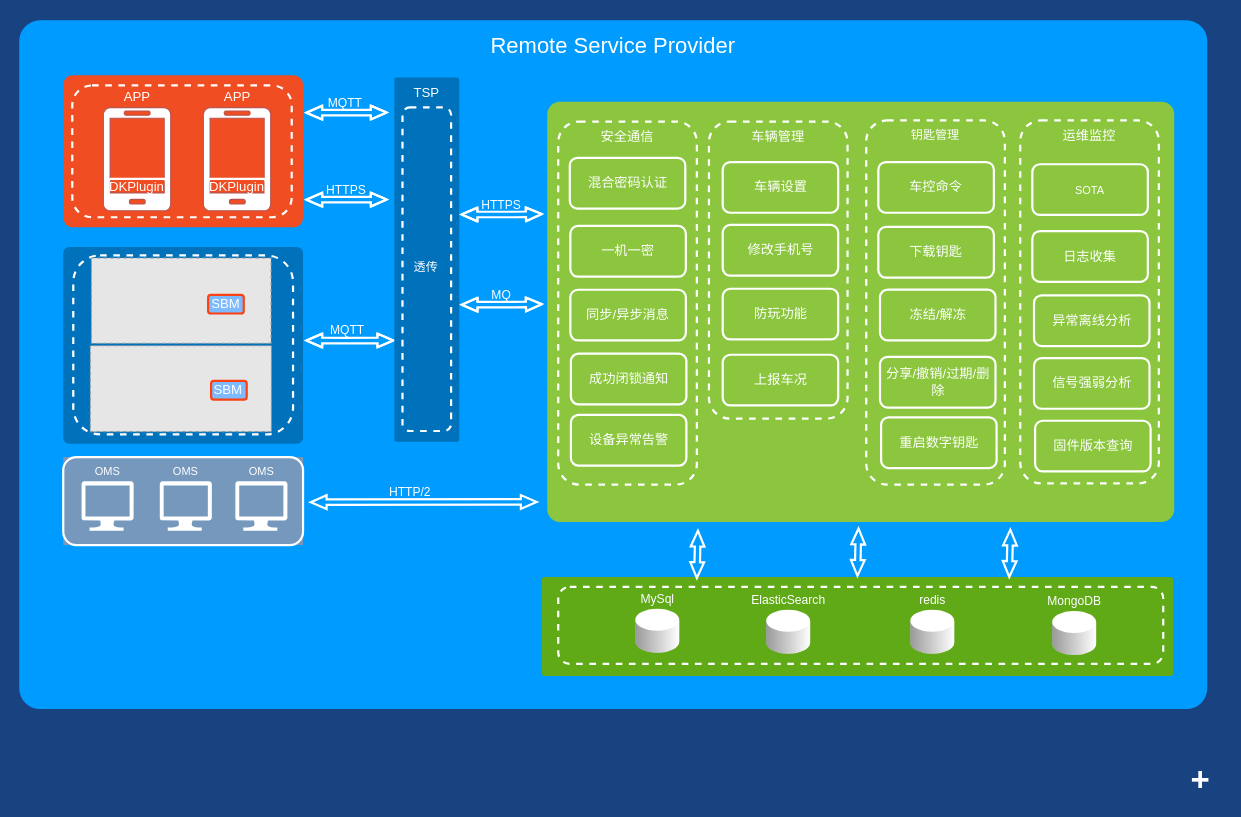
Above: rsp-A02.drawio in jianguocong/chart (draw.io), before the change. Source tidied: cells renumbered, new cells numbered last; positions are measured from the earlier drawing's top-left corner, leaving out a move shared by most shapes. Both pictures are drawn from the tidied source at 110%, with x=0, y=0 at pixel (19, 20). Pictures stored in the file or linked from it are replaced by grey dashed boxes.
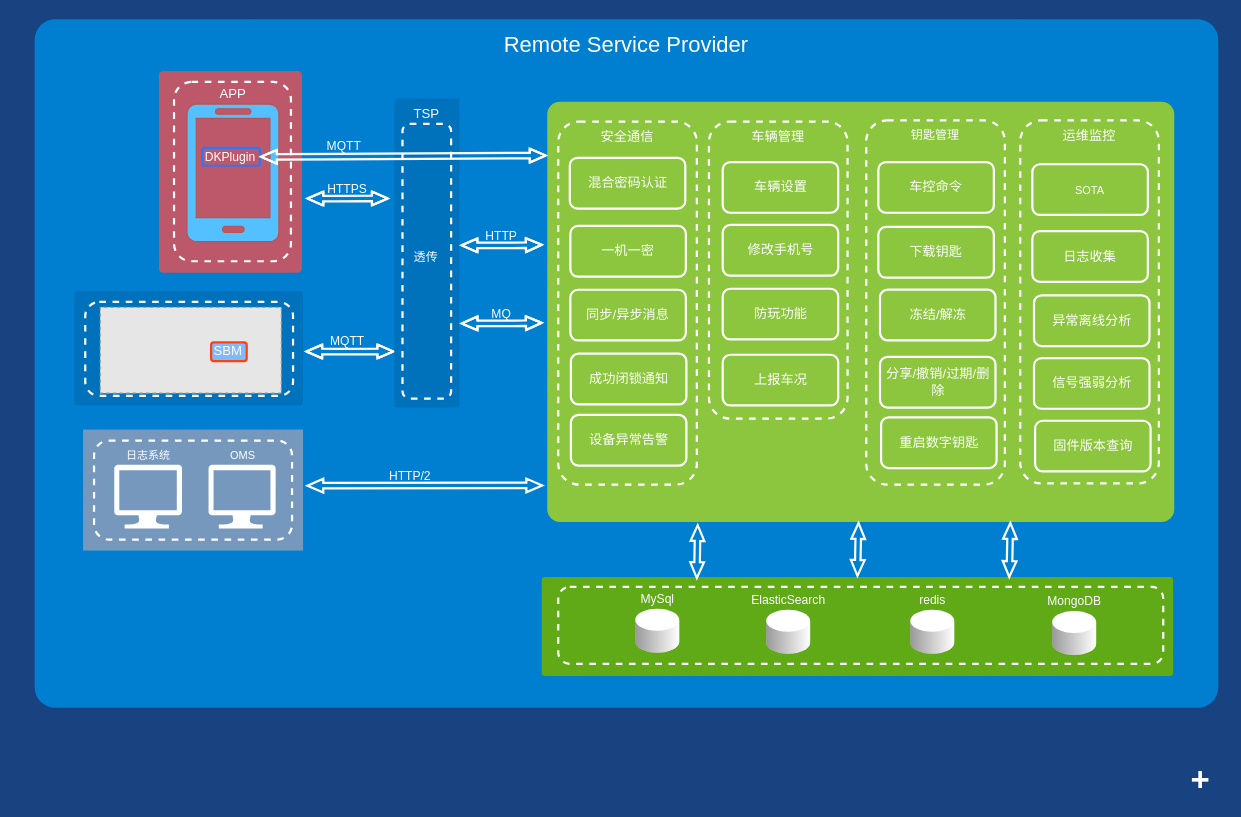
After the change.

The change refers to these unchanged cells:
```xml
<mxCell id="3" style="rounded=1;whiteSpace=wrap;html=1;shadow=0;strokeWidth=2;fillColor=#8BC63E;fontSize=12;fontColor=#000000;align=center;strokeColor=none;arcSize=3;" parent="1" vertex="1">
  <mxGeometry x="480" y="74" width="570" height="382" as="geometry" />
</mxCell>
```

Change to the diagram source:
```diff
@@
-    <mxCell id="2" value="Remote Service Provider" style="whiteSpace=wrap;html=1;rounded=1;shadow=0;strokeColor=none;strokeWidth=2;fillColor=#009BFF;fontSize=20;fontColor=#FFFFFF;align=center;arcSize=3;verticalAlign=top;spacingTop=4;" parent="1" vertex="1">
-      <mxGeometry width="1080" height="626" as="geometry" />
+    <mxCell id="2" value="Remote Service Provider" style="whiteSpace=wrap;html=1;rounded=1;shadow=0;strokeColor=none;strokeWidth=2;fillColor=#007FD1;fontSize=20;fontColor=#FFFFFF;align=center;arcSize=3;verticalAlign=top;spacingTop=4;" parent="1" vertex="1">
+      <mxGeometry x="14" y="-1" width="1076" height="626" as="geometry" />
     </mxCell>
@@
     <mxCell id="5" style="shape=flexArrow;endArrow=classic;startArrow=classic;html=1;rounded=0;fontSize=7;fontColor=#FFFFFF;strokeColor=#FFFFFF;strokeWidth=2;entryX=0.001;entryY=0.259;entryDx=0;entryDy=0;entryPerimeter=0;startWidth=5.5;startSize=4.13;endWidth=5.5;endSize=4.13;width=4;" parent="1" edge="1">
       <mxGeometry relative="1" as="geometry">
-        <mxPoint x="260" y="291" as="sourcePoint" />
-        <mxPoint x="341" y="291" as="targetPoint" />
+        <mxPoint x="260" y="301" as="sourcePoint" />
+        <mxPoint x="341" y="301" as="targetPoint" />
         <Array as="points">
-          <mxPoint x="294.4" y="291.1" />
+          <mxPoint x="294.4" y="301.1" />
         </Array>
       </mxGeometry>
     </mxCell>
@@
     <mxCell id="7" style="shape=flexArrow;endArrow=classic;startArrow=classic;html=1;rounded=0;fontSize=7;fontColor=#FFFFFF;strokeColor=#FFFFFF;strokeWidth=2;entryX=0.001;entryY=0.259;entryDx=0;entryDy=0;entryPerimeter=0;startWidth=5.5;startSize=4.13;endWidth=5.5;endSize=4.13;width=4;" parent="1" edge="1">
       <mxGeometry relative="1" as="geometry">
-        <mxPoint x="260" y="163" as="sourcePoint" />
-        <mxPoint x="335" y="162.9" as="targetPoint" />
+        <mxPoint x="261" y="162" as="sourcePoint" />
+        <mxPoint x="336" y="161.9" as="targetPoint" />
         <Array as="points">
-          <mxPoint x="288.4" y="163" />
+          <mxPoint x="289.4" y="162" />
         </Array>
       </mxGeometry>
     </mxCell>
@@
-    <mxCell id="9" style="shape=flexArrow;endArrow=classic;startArrow=classic;html=1;rounded=0;fontSize=7;fontColor=#FFFFFF;strokeColor=#FFFFFF;strokeWidth=2;entryX=0.001;entryY=0.259;entryDx=0;entryDy=0;entryPerimeter=0;startWidth=5.5;startSize=4.13;endWidth=5.5;endSize=4.13;width=4;" parent="1" edge="1">
-      <mxGeometry relative="1" as="geometry">
-        <mxPoint x="260" y="84" as="sourcePoint" />
-        <mxPoint x="335" y="83.8" as="targetPoint" />
-        <Array as="points">
-          <mxPoint x="288.4" y="83.8" />
-        </Array>
-      </mxGeometry>
-    </mxCell>
-    <mxCell id="10" value="&lt;font style=&quot;font-size: 11px&quot;&gt;MQTT&lt;/font&gt;" style="edgeLabel;html=1;align=center;verticalAlign=bottom;fontSize=10;fontColor=#FFFFFF;labelPosition=center;verticalLabelPosition=top;labelBackgroundColor=none;" parent="9" vertex="1">
-      <mxGeometry x="-0.18" y="-2" relative="1" as="geometry">
-        <mxPoint x="5" y="-3" as="offset" />
-      </mxGeometry>
-    </mxCell>
@@
-    <mxCell id="12" style="shape=flexArrow;endArrow=classic;startArrow=classic;html=1;rounded=0;fontSize=7;fontColor=#FFFFFF;strokeColor=#FFFFFF;strokeWidth=2;startWidth=5.5;startSize=4.13;endWidth=5.5;endSize=4.13;width=4;shadow=0;sketch=0;exitX=0.5;exitY=0;exitDx=0;exitDy=0;entryX=0.5;entryY=1;entryDx=0;entryDy=0;" parent="1" edge="1">
+    <mxCell id="12" style="shape=flexArrow;endArrow=classic;startArrow=classic;html=1;rounded=0;fontSize=7;fontColor=#FFFFFF;strokeColor=#FFFFFF;strokeWidth=2;startWidth=5.5;startSize=4.13;endWidth=5.5;endSize=4.13;width=4;shadow=0;sketch=0;exitX=0.5;exitY=0;exitDx=0;exitDy=0;" parent="1" edge="1">
       <mxGeometry relative="1" as="geometry">
         <mxPoint x="900" y="507" as="sourcePoint" />
-        <mxPoint x="901" y="462" as="targetPoint" />
+        <mxPoint x="901" y="456" as="targetPoint" />
       </mxGeometry>
     </mxCell>
-    <mxCell id="13" style="shape=flexArrow;endArrow=classic;startArrow=classic;html=1;rounded=0;fontSize=7;fontColor=#FFFFFF;strokeColor=#FFFFFF;strokeWidth=2;startWidth=5.5;startSize=4.13;endWidth=5.5;endSize=4.13;width=4;shadow=0;sketch=0;exitX=0.5;exitY=0;exitDx=0;exitDy=0;entryX=0.5;entryY=1;entryDx=0;entryDy=0;" parent="1" edge="1">
+    <mxCell id="13" style="shape=flexArrow;endArrow=classic;startArrow=classic;html=1;rounded=0;fontSize=7;fontColor=#FFFFFF;strokeColor=#FFFFFF;strokeWidth=2;startWidth=5.5;startSize=4.13;endWidth=5.5;endSize=4.13;width=4;shadow=0;sketch=0;exitX=0.5;exitY=0;exitDx=0;exitDy=0;entryX=0.24;entryY=1.005;entryDx=0;entryDy=0;entryPerimeter=0;" parent="1" edge="1" target="3">
       <mxGeometry relative="1" as="geometry">
         <mxPoint x="616" y="508" as="sourcePoint" />
-        <mxPoint x="617" y="463" as="targetPoint" />
       </mxGeometry>
     </mxCell>
@@
     <mxCell id="47" style="group;fillColor=#7798BD;" parent="1" vertex="1">
-      <mxGeometry x="40" y="397" width="218" height="80" as="geometry" />
+      <mxGeometry x="58" y="372" width="200" height="110" as="geometry" />
     </mxCell>
-    <mxCell id="48" style="rounded=1;whiteSpace=wrap;html=1;shadow=0;strokeWidth=2;fillColor=none;fontSize=12;fontColor=#000000;align=center;strokeColor=#FFFFFF;" parent="47" vertex="1">
-      <mxGeometry width="218" height="80" as="geometry" />
-    </mxCell>
-    <mxCell id="49" value="OMS" style="verticalLabelPosition=top;html=1;verticalAlign=bottom;strokeColor=none;fillColor=#FFFFFF;shape=mxgraph.azure.computer;rounded=0;shadow=0;fontSize=10;fontColor=#FFFFFF;align=center;labelPosition=center;" parent="47" vertex="1">
-      <mxGeometry x="87.7" y="22" width="47.4" height="45" as="geometry" />
-    </mxCell>
-    <mxCell id="50" value="OMS" style="verticalLabelPosition=top;html=1;verticalAlign=bottom;strokeColor=none;fillColor=#FFFFFF;shape=mxgraph.azure.computer;rounded=0;shadow=0;fontSize=10;fontColor=#FFFFFF;align=center;labelPosition=center;" parent="47" vertex="1">
-      <mxGeometry x="156.4" y="22" width="47.4" height="45" as="geometry" />
-    </mxCell>
-    <mxCell id="51" value="OMS" style="verticalLabelPosition=top;html=1;verticalAlign=bottom;strokeColor=none;fillColor=#FFFFFF;shape=mxgraph.azure.computer;rounded=0;shadow=0;fontSize=10;fontColor=#FFFFFF;align=center;labelPosition=center;" parent="47" vertex="1">
-      <mxGeometry x="16.6" y="22" width="47.4" height="45" as="geometry" />
-    </mxCell>
-    <mxCell id="52" style="group;" parent="1" vertex="1">
-      <mxGeometry x="40" y="50" width="218" height="138" as="geometry" />
-    </mxCell>
-    <mxCell id="53" style="rounded=1;whiteSpace=wrap;html=1;shadow=0;strokeWidth=2;fillColor=#F04D22;fontSize=12;fontColor=#FFFFFF;align=center;strokeColor=none;arcSize=6;verticalAlign=top;" parent="52" vertex="1">
-      <mxGeometry width="218" height="138" as="geometry" />
-    </mxCell>
-    <mxCell id="54" style="rounded=1;whiteSpace=wrap;html=1;shadow=0;strokeWidth=2;fillColor=none;fontSize=11;fontColor=#FFFFFF;align=center;strokeColor=#FFFFFF;dashed=1;verticalAlign=top;" parent="52" vertex="1">
-      <mxGeometry x="8.2" y="9.2" width="199.5" height="119.8" as="geometry" />
-    </mxCell>
-    <mxCell id="55" value="&lt;font color=&quot;#ffffff&quot;&gt;APP&lt;/font&gt;" style="verticalLabelPosition=top;html=1;verticalAlign=bottom;align=center;strokeColor=#b85450;fillColor=#FFFFFF;shape=mxgraph.azure.mobile;labelPosition=center;" parent="52" vertex="1">
-      <mxGeometry x="36.3" y="29.2" width="61.4" height="93.9" as="geometry" />
-    </mxCell>
-    <mxCell id="56" value="DKPlugin" style="rounded=1;whiteSpace=wrap;html=1;shadow=0;strokeWidth=2;fillColor=none;fontSize=12;fontColor=#FFFFFF;align=center;strokeColor=#FFFFFF;" parent="52" vertex="1">
-      <mxGeometry x="41.2" y="94.2" width="52.4" height="16.2" as="geometry" />
-    </mxCell>
-    <mxCell id="57" value="&lt;font color=&quot;#ffffff&quot;&gt;APP&lt;/font&gt;" style="verticalLabelPosition=top;html=1;verticalAlign=bottom;align=center;strokeColor=#b85450;fillColor=#FFFFFF;shape=mxgraph.azure.mobile;labelPosition=center;" parent="52" vertex="1">
-      <mxGeometry x="127.2" y="29.2" width="61.4" height="93.9" as="geometry" />
-    </mxCell>
-    <mxCell id="58" value="&lt;font style=&quot;font-size: 12px&quot;&gt;DKPlugin&lt;/font&gt;" style="rounded=1;whiteSpace=wrap;html=1;shadow=0;strokeWidth=2;fillColor=none;fontSize=12;fontColor=#FFFFFF;align=center;strokeColor=#FFFFFF;" parent="52" vertex="1">
-      <mxGeometry x="131.7" y="94.2" width="52.4" height="16.2" as="geometry" />
-    </mxCell>
-    <mxCell id="59" style="group;" parent="1" vertex="1">
-      <mxGeometry x="40" y="206" width="218" height="213" as="geometry" />
-    </mxCell>
-    <mxCell id="60" style="rounded=1;whiteSpace=wrap;html=1;shadow=0;strokeWidth=2;fillColor=#0072BC;fontSize=12;fontColor=#FFFFFF;align=center;strokeColor=none;arcSize=3;verticalAlign=top;" parent="59" vertex="1">
-      <mxGeometry width="218" height="178.9" as="geometry" />
-    </mxCell>
-    <mxCell id="61" style="rounded=1;whiteSpace=wrap;html=1;shadow=0;strokeWidth=2;fillColor=none;fontSize=11;fontColor=#FFFFFF;align=center;strokeColor=#FFFFFF;dashed=1;verticalAlign=top;" parent="59" vertex="1">
-      <mxGeometry x="9.1" y="7.7" width="199.8" height="162.7" as="geometry" />
-    </mxCell>
-    <mxCell id="62" style="fillColor=#E6E6E6;strokeColor=#999999;dashed=1;verticalLabelPosition=bottom;labelBackgroundColor=default;verticalAlign=top;rotation=-180;" parent="59" vertex="1">
-      <mxGeometry x="25.6" y="10.1" width="163.3" height="77.5" as="geometry" />
-    </mxCell>
-    <mxCell id="63" style="fillColor=#E6E6E6;strokeColor=#999999;dashed=1;verticalLabelPosition=bottom;labelBackgroundColor=default;verticalAlign=top;rotation=-180;" parent="59" vertex="1">
-      <mxGeometry x="24.6" y="89.8" width="164.6" height="78.1" as="geometry" />
-    </mxCell>
-    <mxCell id="64" value="SBM" style="rounded=1;whiteSpace=wrap;html=1;shadow=0;strokeWidth=2;fillColor=#7DBAFF;fontSize=12;fontColor=#FFFFFF;align=center;strokeColor=#FF4112;" parent="59" vertex="1">
-      <mxGeometry x="131.7" y="43.5" width="32.4" height="17" as="geometry" />
-    </mxCell>
-    <mxCell id="65" value="SBM" style="rounded=1;whiteSpace=wrap;html=1;shadow=0;strokeWidth=2;fillColor=#7DBAFF;fontSize=12;fontColor=#FFFFFF;align=center;strokeColor=#FF4112;" parent="59" vertex="1">
-      <mxGeometry x="134.4" y="121.8" width="32.4" height="17" as="geometry" />
-    </mxCell>
     <mxCell id="66" style="group;" parent="1" vertex="1">
-      <mxGeometry x="341" y="52" width="59" height="331" as="geometry" />
+      <mxGeometry x="341" y="71" width="59" height="281" as="geometry" />
     </mxCell>
     <mxCell id="67" value="TSP" style="rounded=1;whiteSpace=wrap;html=1;shadow=0;strokeWidth=2;fillColor=#0072BC;fontSize=12;fontColor=#FFFFFF;align=center;strokeColor=none;arcSize=3;verticalAlign=top;" parent="66" vertex="1">
-      <mxGeometry width="59" height="331" as="geometry" />
+      <mxGeometry width="59" height="281" as="geometry" />
     </mxCell>
-    <mxCell id="68" value="&lt;p&gt;&lt;br&gt;&lt;/p&gt;&lt;p&gt;&lt;br&gt;&lt;/p&gt;&lt;p&gt;&lt;br&gt;&lt;/p&gt;&lt;p&gt;&lt;br&gt;&lt;/p&gt;&lt;p&gt;&lt;br&gt;&lt;/p&gt;&lt;p&gt;透传&lt;/p&gt;" style="rounded=1;whiteSpace=wrap;html=1;shadow=0;strokeWidth=2;fillColor=none;fontSize=11;fontColor=#FFFFFF;align=center;strokeColor=#FFFFFF;dashed=1;verticalAlign=top;" parent="66" vertex="1">
-      <mxGeometry x="7.4" y="27.2" width="44.2" height="294.1" as="geometry" />
+    <mxCell id="68" value="&lt;p&gt;&lt;br&gt;&lt;/p&gt;&lt;p&gt;&lt;br&gt;&lt;/p&gt;&lt;p&gt;&lt;br&gt;&lt;/p&gt;&lt;p&gt;&lt;br&gt;&lt;/p&gt;&lt;p&gt;&lt;span&gt;透传&lt;/span&gt;&lt;br&gt;&lt;/p&gt;" style="rounded=1;whiteSpace=wrap;html=1;shadow=0;strokeWidth=2;fillColor=none;fontSize=11;fontColor=#FFFFFF;align=center;strokeColor=#FFFFFF;dashed=1;verticalAlign=top;" parent="66" vertex="1">
+      <mxGeometry x="7.4" y="23.1" width="44.2" height="249.7" as="geometry" />
     </mxCell>
     <mxCell id="69" style="shape=flexArrow;endArrow=classic;startArrow=classic;html=1;rounded=0;fontSize=7;fontColor=#FFFFFF;strokeColor=#FFFFFF;strokeWidth=2;entryX=0.419;entryY=0.706;entryDx=0;entryDy=0;entryPerimeter=0;startWidth=5.5;startSize=4.13;endWidth=5.5;endSize=4.13;width=4;" parent="1" edge="1">
       <mxGeometry relative="1" as="geometry">
-        <mxPoint x="264" y="438" as="sourcePoint" />
-        <mxPoint x="471.4" y="437.8" as="targetPoint" />
+        <mxPoint x="261" y="423" as="sourcePoint" />
+        <mxPoint x="476.4" y="422.8" as="targetPoint" />
       </mxGeometry>
     </mxCell>
@@
     <mxCell id="71" style="shape=flexArrow;endArrow=classic;startArrow=classic;html=1;rounded=0;fontSize=7;fontColor=#FFFFFF;strokeColor=#FFFFFF;strokeWidth=2;exitX=1.007;exitY=0.213;exitDx=0;exitDy=0;exitPerimeter=0;startWidth=5.5;startSize=4.13;endWidth=5.5;endSize=4.13;width=4;entryX=-0.002;entryY=0.239;entryDx=0;entryDy=0;entryPerimeter=0;" parent="1" edge="1">
       <mxGeometry relative="1" as="geometry">
-        <mxPoint x="401.1" y="176.5" as="sourcePoint" />
-        <mxPoint x="476" y="176" as="targetPoint" />
+        <mxPoint x="401.1" y="204.5" as="sourcePoint" />
+        <mxPoint x="476" y="204" as="targetPoint" />
         <Array as="points">
-          <mxPoint x="449.5" y="176.5" />
+          <mxPoint x="449.5" y="204.5" />
         </Array>
       </mxGeometry>
     </mxCell>
-    <mxCell id="72" value="&lt;font style=&quot;font-size: 11px&quot;&gt;HTTPS&lt;/font&gt;" style="edgeLabel;html=1;align=center;verticalAlign=bottom;fontSize=10;fontColor=#FFFFFF;labelPosition=center;verticalLabelPosition=top;labelBackgroundColor=none;" parent="71" vertex="1">
+    <mxCell id="72" value="&lt;font style=&quot;font-size: 11px&quot;&gt;HTTP&lt;/font&gt;" style="edgeLabel;html=1;align=center;verticalAlign=bottom;fontSize=10;fontColor=#FFFFFF;labelPosition=center;verticalLabelPosition=top;labelBackgroundColor=none;" parent="71" vertex="1">
       <mxGeometry x="-0.18" y="-2" relative="1" as="geometry">
         <mxPoint x="5" y="-3" as="offset" />
       </mxGeometry>
     </mxCell>
     <mxCell id="73" style="shape=flexArrow;endArrow=classic;startArrow=classic;html=1;rounded=0;fontSize=7;fontColor=#FFFFFF;strokeColor=#FFFFFF;strokeWidth=2;exitX=1.007;exitY=0.213;exitDx=0;exitDy=0;exitPerimeter=0;startWidth=5.5;startSize=4.13;endWidth=5.5;endSize=4.13;width=4;entryX=-0.002;entryY=0.239;entryDx=0;entryDy=0;entryPerimeter=0;" parent="1" edge="1">
       <mxGeometry relative="1" as="geometry">
-        <mxPoint x="401.2" y="258.5" as="sourcePoint" />
-        <mxPoint x="476" y="258" as="targetPoint" />
+        <mxPoint x="401.2" y="275.5" as="sourcePoint" />
+        <mxPoint x="476" y="275" as="targetPoint" />
         <Array as="points">
-          <mxPoint x="449.5" y="258.5" />
+          <mxPoint x="449.5" y="275.5" />
         </Array>
       </mxGeometry>
     </mxCell>
@@
-    <mxCell id="75" style="shape=flexArrow;endArrow=classic;startArrow=classic;html=1;rounded=0;fontSize=7;fontColor=#FFFFFF;strokeColor=#FFFFFF;strokeWidth=2;startWidth=5.5;startSize=4.13;endWidth=5.5;endSize=4.13;width=4;shadow=0;sketch=0;exitX=0.5;exitY=0;exitDx=0;exitDy=0;entryX=0.5;entryY=1;entryDx=0;entryDy=0;" parent="1" edge="1">
+    <mxCell id="75" style="shape=flexArrow;endArrow=classic;startArrow=classic;html=1;rounded=0;fontSize=7;fontColor=#FFFFFF;strokeColor=#FFFFFF;strokeWidth=2;startWidth=5.5;startSize=4.13;endWidth=5.5;endSize=4.13;width=4;shadow=0;sketch=0;exitX=0.5;exitY=0;exitDx=0;exitDy=0;" parent="1" edge="1">
       <mxGeometry relative="1" as="geometry">
         <mxPoint x="762" y="506" as="sourcePoint" />
-        <mxPoint x="763" y="461" as="targetPoint" />
+        <mxPoint x="763" y="456" as="targetPoint" />
       </mxGeometry>
     </mxCell>
+    <mxCell id="60" style="rounded=1;whiteSpace=wrap;html=1;shadow=0;strokeWidth=2;fillColor=#0072BC;fontSize=12;fontColor=#FFFFFF;align=center;strokeColor=none;arcSize=3;verticalAlign=top;" parent="1" vertex="1">
+      <mxGeometry x="50" y="246" width="208" height="103.9" as="geometry" />
+    </mxCell>
+    <mxCell id="61" style="rounded=1;whiteSpace=wrap;html=1;shadow=0;strokeWidth=2;fillColor=none;fontSize=11;fontColor=#FFFFFF;align=center;strokeColor=#FFFFFF;dashed=1;verticalAlign=top;" parent="1" vertex="1">
+      <mxGeometry x="60" y="256" width="188.9" height="85.4" as="geometry" />
+    </mxCell>
+    <mxCell id="63" style="fillColor=#E6E6E6;strokeColor=#999999;dashed=1;verticalLabelPosition=bottom;labelBackgroundColor=default;verticalAlign=top;rotation=-180;" parent="1" vertex="1">
+      <mxGeometry x="73.6" y="260.8" width="164.6" height="78.1" as="geometry" />
+    </mxCell>
+    <mxCell id="65" value="SBM" style="rounded=1;whiteSpace=wrap;html=1;shadow=0;strokeWidth=2;fillColor=#7DBAFF;fontSize=12;fontColor=#FFFFFF;align=center;strokeColor=#FF4112;" parent="1" vertex="1">
+      <mxGeometry x="174.4" y="292.8" width="32.4" height="17" as="geometry" />
+    </mxCell>
+    <mxCell id="76" style="rounded=1;whiteSpace=wrap;html=1;shadow=0;strokeWidth=2;fillColor=#BC5869;fontSize=12;fontColor=#FFFFFF;align=center;strokeColor=none;arcSize=3;verticalAlign=top;" parent="1" vertex="1">
+      <mxGeometry x="127" y="46" width="130" height="183.5" as="geometry" />
+    </mxCell>
+    <mxCell id="77" style="rounded=1;whiteSpace=wrap;html=1;shadow=0;strokeWidth=2;fillColor=none;fontSize=11;fontColor=#FFFFFF;align=center;strokeColor=#FFFFFF;dashed=1;verticalAlign=top;" parent="1" vertex="1">
+      <mxGeometry x="140.7" y="56" width="106.3" height="163" as="geometry" />
+    </mxCell>
+    <mxCell id="78" style="rounded=1;whiteSpace=wrap;html=1;shadow=0;strokeWidth=2;fillColor=none;fontSize=11;fontColor=#FFFFFF;align=center;strokeColor=#FFFFFF;dashed=1;verticalAlign=top;" parent="1" vertex="1">
+      <mxGeometry x="68" y="382" width="180" height="90" as="geometry" />
+    </mxCell>
+    <mxCell id="57" value="&lt;font color=&quot;#ffffff&quot;&gt;APP&lt;/font&gt;" style="verticalLabelPosition=top;html=1;verticalAlign=bottom;align=center;strokeColor=#b85450;fillColor=#54C0FF;shape=mxgraph.azure.mobile;labelPosition=center;" parent="1" vertex="1">
+      <mxGeometry x="152.3" y="76" width="83.7" height="125" as="geometry" />
+    </mxCell>
+    <mxCell id="58" value="&lt;p&gt;&lt;font style=&quot;font-size: 11px&quot;&gt;DKPlugin&lt;/font&gt;&lt;/p&gt;" style="rounded=1;whiteSpace=wrap;html=1;shadow=0;strokeWidth=2;fillColor=none;fontSize=8;fontColor=#FFFFFF;align=center;strokeColor=#2977FF;" parent="1" vertex="1">
+      <mxGeometry x="166.4" y="116" width="52.4" height="16.2" as="geometry" />
+    </mxCell>
+    <mxCell id="9" style="shape=flexArrow;endArrow=classic;startArrow=classic;html=1;rounded=0;fontSize=7;fontColor=#FFFFFF;strokeColor=#FFFFFF;strokeWidth=2;entryX=0.444;entryY=0.249;entryDx=0;entryDy=0;entryPerimeter=0;startWidth=5.5;startSize=4.13;endWidth=5.5;endSize=4.13;width=4;exitX=1;exitY=0.5;exitDx=0;exitDy=0;" parent="1" edge="1" source="58">
+      <mxGeometry relative="1" as="geometry">
+        <mxPoint x="479.5" y="122.9" as="targetPoint" />
+        <Array as="points">
+          <mxPoint x="288.4" y="123.8" />
+        </Array>
+      </mxGeometry>
+    </mxCell>
+    <mxCell id="10" value="&lt;font style=&quot;font-size: 11px&quot;&gt;MQTT&lt;/font&gt;" style="edgeLabel;html=1;align=center;verticalAlign=bottom;fontSize=10;fontColor=#FFFFFF;labelPosition=center;verticalLabelPosition=top;labelBackgroundColor=none;" parent="9" vertex="1">
+      <mxGeometry x="-0.18" y="-2" relative="1" as="geometry">
+        <mxPoint x="-31" y="-4" as="offset" />
+      </mxGeometry>
+    </mxCell>
+    <mxCell id="51" value="日志系统" style="verticalLabelPosition=top;html=1;verticalAlign=bottom;strokeColor=none;fillColor=#FFFFFF;shape=mxgraph.azure.computer;rounded=0;shadow=0;fontSize=10;fontColor=#FFFFFF;align=center;labelPosition=center;" parent="1" vertex="1">
+      <mxGeometry x="86.3" y="404" width="61.7" height="58" as="geometry" />
+    </mxCell>
+    <mxCell id="49" value="OMS" style="verticalLabelPosition=top;html=1;verticalAlign=bottom;strokeColor=none;fillColor=#FFFFFF;shape=mxgraph.azure.computer;rounded=0;shadow=0;fontSize=10;fontColor=#FFFFFF;align=center;labelPosition=center;" parent="1" vertex="1">
+      <mxGeometry x="172" y="404" width="61.1" height="58" as="geometry" />
+    </mxCell>
```
